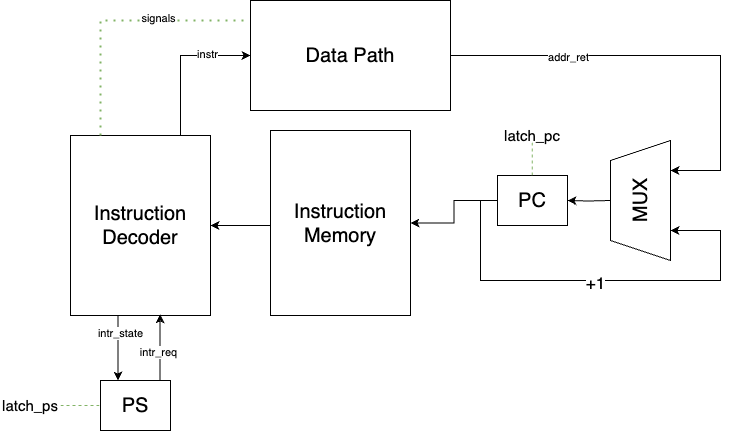
The draw.io diagram schemes/controlunit.png in dariayo/csa_3_lab, before a commit. Source tidied: cells renumbered, new cells last; positions are measured from the earlier drawing's top-left corner, leaving out a move shared by most shapes. Source of this version:
```xml
<mxGraphModel>
  <root>
    <mxCell id="0" />
    <mxCell id="1" parent="0" />
    <mxCell id="2" style="edgeStyle=orthogonalEdgeStyle;rounded=0;jettySize=auto;html=1;entryX=0.75;entryY=1;entryDx=0;entryDy=0;exitX=1;exitY=0.5;exitDx=0;exitDy=0;" parent="1" edge="1" source="4">
      <mxGeometry relative="1" as="geometry">
        <mxPoint x="670" y="170" as="targetPoint" />
        <Array as="points">
          <mxPoint x="720" y="55" />
          <mxPoint x="720" y="170" />
        </Array>
      </mxGeometry>
    </mxCell>
    <mxCell id="3" value="addr_ret" style="edgeLabel;html=1;align=center;verticalAlign=middle;" parent="2" vertex="1">
      <mxGeometry x="-0.46" y="-1" relative="1" as="geometry" />
    </mxCell>
    <mxCell id="4" value="&lt;font style=&quot;font-size: 20px;&quot;&gt;Data Path&lt;/font&gt;" style="rounded=0;whiteSpace=wrap;html=1;" parent="1" vertex="1">
      <mxGeometry x="250" width="200" height="110" as="geometry" />
    </mxCell>
    <mxCell id="5" style="edgeStyle=orthogonalEdgeStyle;rounded=0;jettySize=auto;html=1;entryX=0.25;entryY=0;entryDx=0;entryDy=0;" parent="1" edge="1" source="9" target="12">
      <mxGeometry relative="1" as="geometry">
        <Array as="points">
          <mxPoint x="118" y="360" />
        </Array>
      </mxGeometry>
    </mxCell>
    <mxCell id="6" value="intr_state" style="edgeLabel;html=1;align=center;verticalAlign=middle;" parent="5" vertex="1">
      <mxGeometry x="-0.48" y="2" relative="1" as="geometry" />
    </mxCell>
    <mxCell id="7" style="edgeStyle=orthogonalEdgeStyle;rounded=0;jettySize=auto;html=1;entryX=0;entryY=0.5;entryDx=0;entryDy=0;" parent="1" edge="1" source="9" target="4">
      <mxGeometry relative="1" as="geometry">
        <Array as="points">
          <mxPoint x="180" y="55" />
        </Array>
      </mxGeometry>
    </mxCell>
    <mxCell id="8" value="instr" style="edgeLabel;html=1;align=center;verticalAlign=middle;" parent="7" vertex="1">
      <mxGeometry x="0.41" y="2" relative="1" as="geometry" />
    </mxCell>
    <mxCell id="9" value="&lt;font style=&quot;font-size: 20px;&quot;&gt;Instruction Decoder&lt;/font&gt;" style="rounded=0;whiteSpace=wrap;html=1;" parent="1" vertex="1">
      <mxGeometry x="70" y="135" width="140" height="180" as="geometry" />
    </mxCell>
    <mxCell id="10" style="edgeStyle=orthogonalEdgeStyle;rounded=0;jettySize=auto;html=1;entryX=1;entryY=0.5;entryDx=0;entryDy=0;" parent="1" edge="1" source="11" target="9">
      <mxGeometry relative="1" as="geometry">
        <Array as="points">
          <mxPoint x="250" y="225" />
          <mxPoint x="250" y="225" />
        </Array>
      </mxGeometry>
    </mxCell>
    <mxCell id="11" value="&lt;font style=&quot;font-size: 20px;&quot;&gt;Instruction Memory&lt;/font&gt;" style="rounded=0;whiteSpace=wrap;html=1;" parent="1" vertex="1">
      <mxGeometry x="270" y="130" width="140" height="185" as="geometry" />
    </mxCell>
    <mxCell id="12" value="&lt;font style=&quot;font-size: 20px;&quot;&gt;PS&lt;/font&gt;" style="rounded=0;whiteSpace=wrap;html=1;" parent="1" vertex="1">
      <mxGeometry x="100" y="380" width="70" height="50" as="geometry" />
    </mxCell>
    <mxCell id="13" style="edgeStyle=orthogonalEdgeStyle;rounded=0;jettySize=auto;html=1;entryX=0.25;entryY=1;entryDx=0;entryDy=0;" parent="1" edge="1" source="16">
      <mxGeometry relative="1" as="geometry">
        <mxPoint x="670" y="230" as="targetPoint" />
        <Array as="points">
          <mxPoint x="480" y="200" />
          <mxPoint x="480" y="280" />
          <mxPoint x="720" y="280" />
          <mxPoint x="720" y="230" />
        </Array>
      </mxGeometry>
    </mxCell>
    <mxCell id="14" value="&lt;font style=&quot;font-size: 17px;&quot;&gt;+1&lt;/font&gt;" style="edgeLabel;html=1;align=center;verticalAlign=middle;" parent="13" vertex="1">
      <mxGeometry x="-0.03" y="-2" relative="1" as="geometry" />
    </mxCell>
    <mxCell id="15" style="edgeStyle=orthogonalEdgeStyle;rounded=0;jettySize=auto;html=1;" parent="1" edge="1" source="16" target="11">
      <mxGeometry relative="1" as="geometry" />
    </mxCell>
    <mxCell id="16" value="&lt;font style=&quot;font-size: 20px;&quot;&gt;PC&lt;/font&gt;" style="rounded=0;whiteSpace=wrap;html=1;" parent="1" vertex="1">
      <mxGeometry x="497" y="175" width="70" height="50" as="geometry" />
    </mxCell>
    <mxCell id="17" style="edgeStyle=orthogonalEdgeStyle;rounded=0;jettySize=auto;html=1;entryX=1;entryY=0.5;entryDx=0;entryDy=0;" parent="1" edge="1" target="16">
      <mxGeometry relative="1" as="geometry">
        <mxPoint x="610" y="200" as="sourcePoint" />
      </mxGeometry>
    </mxCell>
    <mxCell id="18" value="&lt;font style=&quot;font-size: 20px;&quot;&gt;MUX&lt;/font&gt;" style="shape=trapezoid;perimeter=trapezoidPerimeter;whiteSpace=wrap;html=1;fixedSize=1;rotation=-90;" parent="1" vertex="1">
      <mxGeometry x="580" y="170" width="120" height="60" as="geometry" />
    </mxCell>
    <mxCell id="19" style="endArrow=none;dashed=1;html=1;rounded=0;fillColor=#d5e8d4;strokeColor=#82b366;" parent="1" edge="1">
      <mxGeometry relative="1" as="geometry">
        <mxPoint x="531.9" y="175" as="sourcePoint" />
        <mxPoint x="531.9" y="140" as="targetPoint" />
      </mxGeometry>
    </mxCell>
    <mxCell id="20" value="&lt;font style=&quot;font-size: 15px;&quot;&gt;latch_ps&lt;/font&gt;" style="text;strokeColor=none;align=center;fillColor=none;html=1;verticalAlign=middle;whiteSpace=wrap;rounded=0;" parent="1" vertex="1">
      <mxGeometry y="390" width="60" height="30" as="geometry" />
    </mxCell>
    <mxCell id="21" value="&lt;font style=&quot;font-size: 15px;&quot;&gt;latch_pc&lt;/font&gt;" style="text;strokeColor=none;align=center;fillColor=none;html=1;verticalAlign=middle;whiteSpace=wrap;rounded=0;" parent="1" vertex="1">
      <mxGeometry x="502" y="120" width="60" height="30" as="geometry" />
    </mxCell>
    <mxCell id="22" style="edgeStyle=orthogonalEdgeStyle;rounded=0;jettySize=auto;html=1;entryX=0.64;entryY=0.993;entryDx=0;entryDy=0;entryPerimeter=0;" parent="1" edge="1" source="12" target="9">
      <mxGeometry relative="1" as="geometry">
        <Array as="points">
          <mxPoint x="160" y="350" />
        </Array>
      </mxGeometry>
    </mxCell>
    <mxCell id="23" value="intr_req" style="edgeLabel;html=1;align=center;verticalAlign=middle;" parent="22" vertex="1">
      <mxGeometry x="-0.12" y="2" relative="1" as="geometry" />
    </mxCell>
    <mxCell id="24" style="endArrow=none;dashed=1;html=1;dashPattern=1 3;strokeWidth=2;rounded=0;entryX=-0.01;entryY=0.182;entryDx=0;entryDy=0;entryPerimeter=0;fillColor=#d5e8d4;strokeColor=#82b366;" parent="1" edge="1" target="4">
      <mxGeometry relative="1" as="geometry">
        <mxPoint x="100" y="135" as="sourcePoint" />
        <Array as="points">
          <mxPoint x="100" y="20" />
        </Array>
      </mxGeometry>
    </mxCell>
    <mxCell id="25" value="signals" style="edgeLabel;html=1;align=center;verticalAlign=middle;" parent="24" vertex="1">
      <mxGeometry x="0.31" y="3" relative="1" as="geometry" />
    </mxCell>
    <mxCell id="26" style="endArrow=none;dashed=1;html=1;rounded=0;exitX=1;exitY=0.5;exitDx=0;exitDy=0;entryX=0;entryY=0.5;entryDx=0;entryDy=0;fillColor=#d5e8d4;strokeColor=#82b366;" parent="1" edge="1" source="20" target="12">
      <mxGeometry relative="1" as="geometry" />
    </mxCell>
  </root>
</mxGraphModel>
```
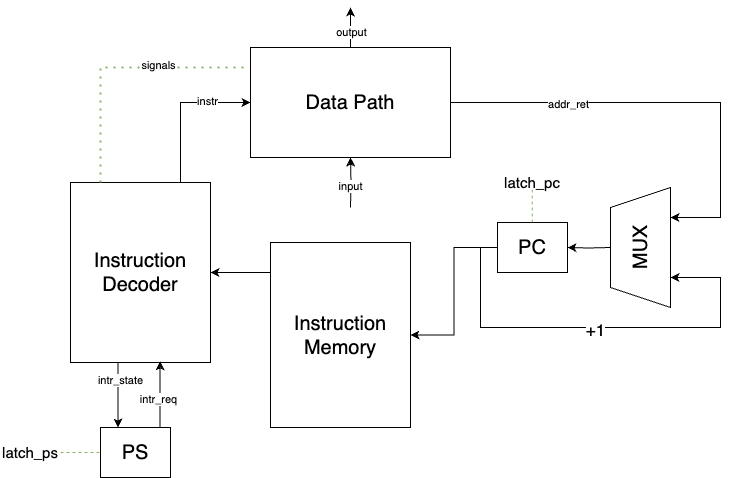
Above is the later version.

The edit, as a diff of the source:
```diff
@@ -14,6 +14,22 @@
     <mxCell id="3" value="addr_ret" style="edgeLabel;html=1;align=center;verticalAlign=middle;" parent="2" vertex="1">
       <mxGeometry x="-0.46" y="-1" relative="1" as="geometry" />
     </mxCell>
+    <mxCell id="27" style="edgeStyle=orthogonalEdgeStyle;rounded=0;jettySize=auto;html=1;" parent="1" edge="1" source="4">
+      <mxGeometry relative="1" as="geometry">
+        <mxPoint x="350" y="-40" as="targetPoint" />
+      </mxGeometry>
+    </mxCell>
+    <mxCell id="28" value="output" style="edgeLabel;html=1;align=center;verticalAlign=middle;" parent="27" vertex="1">
+      <mxGeometry x="-0.21" relative="1" as="geometry" />
+    </mxCell>
+    <mxCell id="29" style="edgeStyle=orthogonalEdgeStyle;rounded=0;jettySize=auto;html=1;entryX=0.5;entryY=1;entryDx=0;entryDy=0;" parent="1" edge="1" target="4">
+      <mxGeometry relative="1" as="geometry">
+        <mxPoint x="350" y="160" as="sourcePoint" />
+      </mxGeometry>
+    </mxCell>
+    <mxCell id="30" value="input" style="edgeLabel;html=1;align=center;verticalAlign=middle;" parent="29" vertex="1">
+      <mxGeometry x="-0.17" y="1" relative="1" as="geometry" />
+    </mxCell>
     <mxCell id="4" value="&lt;font style=&quot;font-size: 20px;&quot;&gt;Data Path&lt;/font&gt;" style="rounded=0;whiteSpace=wrap;html=1;" parent="1" vertex="1">
       <mxGeometry x="250" width="200" height="110" as="geometry" />
     </mxCell>
@@ -49,7 +65,7 @@
       </mxGeometry>
     </mxCell>
     <mxCell id="11" value="&lt;font style=&quot;font-size: 20px;&quot;&gt;Instruction Memory&lt;/font&gt;" style="rounded=0;whiteSpace=wrap;html=1;" parent="1" vertex="1">
-      <mxGeometry x="270" y="130" width="140" height="185" as="geometry" />
+      <mxGeometry x="270" y="195" width="140" height="185" as="geometry" />
     </mxCell>
     <mxCell id="12" value="&lt;font style=&quot;font-size: 20px;&quot;&gt;PS&lt;/font&gt;" style="rounded=0;whiteSpace=wrap;html=1;" parent="1" vertex="1">
       <mxGeometry x="100" y="380" width="70" height="50" as="geometry" />
```
